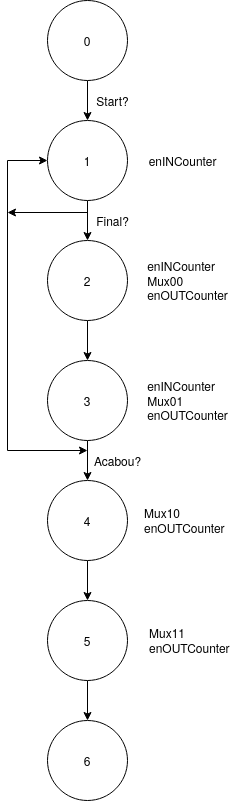
Before: Diagramas/StateMachine.png, a diagram exported from draw.io (MiguelAReis/PSD_LAB3). Source tidied: cells renumbered, new cells last; positions are measured from the earlier drawing's top-left corner, leaving out a move shared by most shapes. The source it was exported from:
```xml
<mxGraphModel>
  <root>
    <mxCell id="0" />
    <mxCell id="1" parent="0" />
    <mxCell id="2" style="edgeStyle=orthogonalEdgeStyle;rounded=0;jettySize=auto;html=1;exitX=0.5;exitY=1;exitDx=0;exitDy=0;entryX=0.5;entryY=0;entryDx=0;entryDy=0;" parent="1" edge="1" source="3" target="5">
      <mxGeometry relative="1" as="geometry" />
    </mxCell>
    <mxCell id="3" value="0" style="ellipse;whiteSpace=wrap;html=1;" parent="1" vertex="1">
      <mxGeometry x="40" width="80" height="80" as="geometry" />
    </mxCell>
    <mxCell id="4" style="edgeStyle=orthogonalEdgeStyle;rounded=0;jettySize=auto;html=1;exitX=0.5;exitY=1;exitDx=0;exitDy=0;" parent="1" edge="1" source="5" target="8">
      <mxGeometry relative="1" as="geometry" />
    </mxCell>
    <mxCell id="5" value="1" style="ellipse;whiteSpace=wrap;html=1;" parent="1" vertex="1">
      <mxGeometry x="40" y="120" width="80" height="80" as="geometry" />
    </mxCell>
    <mxCell id="6" value="Start?" style="text;html=1;align=center;verticalAlign=middle;" parent="1" vertex="1">
      <mxGeometry x="80" y="90" width="50" height="20" as="geometry" />
    </mxCell>
    <mxCell id="7" style="edgeStyle=orthogonalEdgeStyle;rounded=0;jettySize=auto;html=1;exitX=0.5;exitY=1;exitDx=0;exitDy=0;entryX=0.5;entryY=0;entryDx=0;entryDy=0;" parent="1" edge="1" source="8" target="10">
      <mxGeometry relative="1" as="geometry" />
    </mxCell>
    <mxCell id="8" value="2" style="ellipse;whiteSpace=wrap;html=1;" parent="1" vertex="1">
      <mxGeometry x="40" y="240" width="80" height="80" as="geometry" />
    </mxCell>
    <mxCell id="9" style="edgeStyle=orthogonalEdgeStyle;rounded=0;jettySize=auto;html=1;exitX=0.5;exitY=1;exitDx=0;exitDy=0;entryX=0.5;entryY=0;entryDx=0;entryDy=0;" parent="1" edge="1" source="10" target="19">
      <mxGeometry relative="1" as="geometry" />
    </mxCell>
    <mxCell id="10" value="3" style="ellipse;whiteSpace=wrap;html=1;" parent="1" vertex="1">
      <mxGeometry x="40" y="360" width="80" height="80" as="geometry" />
    </mxCell>
    <mxCell id="11" value="enINCounter" style="text;html=1;align=center;verticalAlign=middle;" parent="1" vertex="1">
      <mxGeometry x="135" y="150" width="80" height="20" as="geometry" />
    </mxCell>
    <mxCell id="12" value="Final?" style="text;html=1;align=center;verticalAlign=middle;" parent="1" vertex="1">
      <mxGeometry x="80" y="210" width="50" height="20" as="geometry" />
    </mxCell>
    <mxCell id="13" value="&lt;div align=&quot;left&quot;&gt;enINCounter&lt;/div&gt;&lt;div align=&quot;left&quot;&gt; Mux00&lt;/div&gt;&lt;div align=&quot;left&quot;&gt;enOUTCounter&lt;br&gt;&lt;/div&gt;" style="text;html=1;align=center;verticalAlign=middle;" parent="1" vertex="1">
      <mxGeometry x="130" y="255" width="100" height="50" as="geometry" />
    </mxCell>
    <mxCell id="14" style="endArrow=classic;html=1;entryX=0;entryY=0.5;entryDx=0;entryDy=0;" parent="1" edge="1" target="5">
      <mxGeometry relative="1" as="geometry">
        <mxPoint y="160" as="sourcePoint" />
      </mxGeometry>
    </mxCell>
    <mxCell id="15" style="endArrow=none;html=1;" parent="1" edge="1">
      <mxGeometry relative="1" as="geometry">
        <mxPoint y="450" as="sourcePoint" />
        <mxPoint y="160" as="targetPoint" />
      </mxGeometry>
    </mxCell>
    <mxCell id="16" style="endArrow=classic;html=1;" parent="1" edge="1">
      <mxGeometry relative="1" as="geometry">
        <mxPoint y="450" as="sourcePoint" />
        <mxPoint x="80" y="450" as="targetPoint" />
      </mxGeometry>
    </mxCell>
    <mxCell id="17" value="Acabou?" style="text;html=1;align=center;verticalAlign=middle;" parent="1" vertex="1">
      <mxGeometry x="80" y="450" width="60" height="20" as="geometry" />
    </mxCell>
    <mxCell id="18" style="edgeStyle=orthogonalEdgeStyle;rounded=0;jettySize=auto;html=1;exitX=0.5;exitY=1;exitDx=0;exitDy=0;entryX=0.5;entryY=0;entryDx=0;entryDy=0;" parent="1" edge="1" source="19" target="21">
      <mxGeometry relative="1" as="geometry" />
    </mxCell>
    <mxCell id="19" value="4" style="ellipse;whiteSpace=wrap;html=1;" parent="1" vertex="1">
      <mxGeometry x="40" y="480" width="80" height="80" as="geometry" />
    </mxCell>
    <mxCell id="20" style="edgeStyle=orthogonalEdgeStyle;rounded=0;jettySize=auto;html=1;exitX=0.5;exitY=1;exitDx=0;exitDy=0;entryX=0.5;entryY=0;entryDx=0;entryDy=0;" parent="1" edge="1" source="21" target="22">
      <mxGeometry relative="1" as="geometry" />
    </mxCell>
    <mxCell id="21" value="5" style="ellipse;whiteSpace=wrap;html=1;" parent="1" vertex="1">
      <mxGeometry x="40" y="600" width="80" height="80" as="geometry" />
    </mxCell>
    <mxCell id="22" value="6" style="ellipse;whiteSpace=wrap;html=1;" parent="1" vertex="1">
      <mxGeometry x="40" y="720" width="80" height="80" as="geometry" />
    </mxCell>
    <mxCell id="23" value="&lt;div align=&quot;left&quot;&gt;enINCounter&lt;/div&gt;&lt;div align=&quot;left&quot;&gt; Mux01&lt;/div&gt;&lt;div align=&quot;left&quot;&gt;enOUTCounter&lt;br&gt;&lt;/div&gt;" style="text;html=1;align=center;verticalAlign=middle;" parent="1" vertex="1">
      <mxGeometry x="130" y="375" width="100" height="50" as="geometry" />
    </mxCell>
    <mxCell id="24" value="&lt;div align=&quot;left&quot;&gt; Mux10&lt;/div&gt;&lt;div align=&quot;left&quot;&gt;enOUTCounter&lt;/div&gt;" style="text;html=1;align=left;verticalAlign=middle;" parent="1" vertex="1">
      <mxGeometry x="135" y="505" width="100" height="30" as="geometry" />
    </mxCell>
    <mxCell id="25" value="&lt;div align=&quot;left&quot;&gt; Mux11&lt;/div&gt;&lt;div align=&quot;left&quot;&gt;enOUTCounter&lt;/div&gt;" style="text;html=1;align=left;verticalAlign=middle;" parent="1" vertex="1">
      <mxGeometry x="140" y="625" width="100" height="30" as="geometry" />
    </mxCell>
    <mxCell id="26" style="endArrow=classic;html=1;exitX=-0.06;exitY=0.1;exitDx=0;exitDy=0;exitPerimeter=0;" parent="1" edge="1">
      <mxGeometry relative="1" as="geometry">
        <mxPoint x="80" y="212" as="sourcePoint" />
        <mxPoint y="212" as="targetPoint" />
      </mxGeometry>
    </mxCell>
  </root>
</mxGraphModel>
```
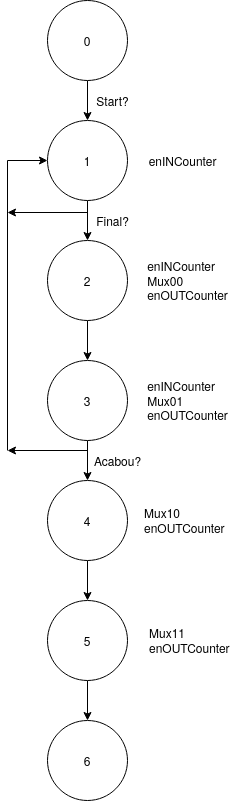
Later version of the same file.

Diff of the diagram source:
```diff
@@ -49,10 +49,10 @@
         <mxPoint y="160" as="targetPoint" />
       </mxGeometry>
     </mxCell>
-    <mxCell id="16" style="endArrow=classic;html=1;" parent="1" edge="1">
+    <mxCell id="16" style="endArrow=classic;html=1;exitX=-0.05;exitY=0;exitDx=0;exitDy=0;exitPerimeter=0;" parent="1" edge="1">
       <mxGeometry relative="1" as="geometry">
-        <mxPoint y="450" as="sourcePoint" />
-        <mxPoint x="80" y="450" as="targetPoint" />
+        <mxPoint x="80" y="450" as="sourcePoint" />
+        <mxPoint y="450" as="targetPoint" />
       </mxGeometry>
     </mxCell>
     <mxCell id="17" value="Acabou?" style="text;html=1;align=center;verticalAlign=middle;" parent="1" vertex="1">
```
